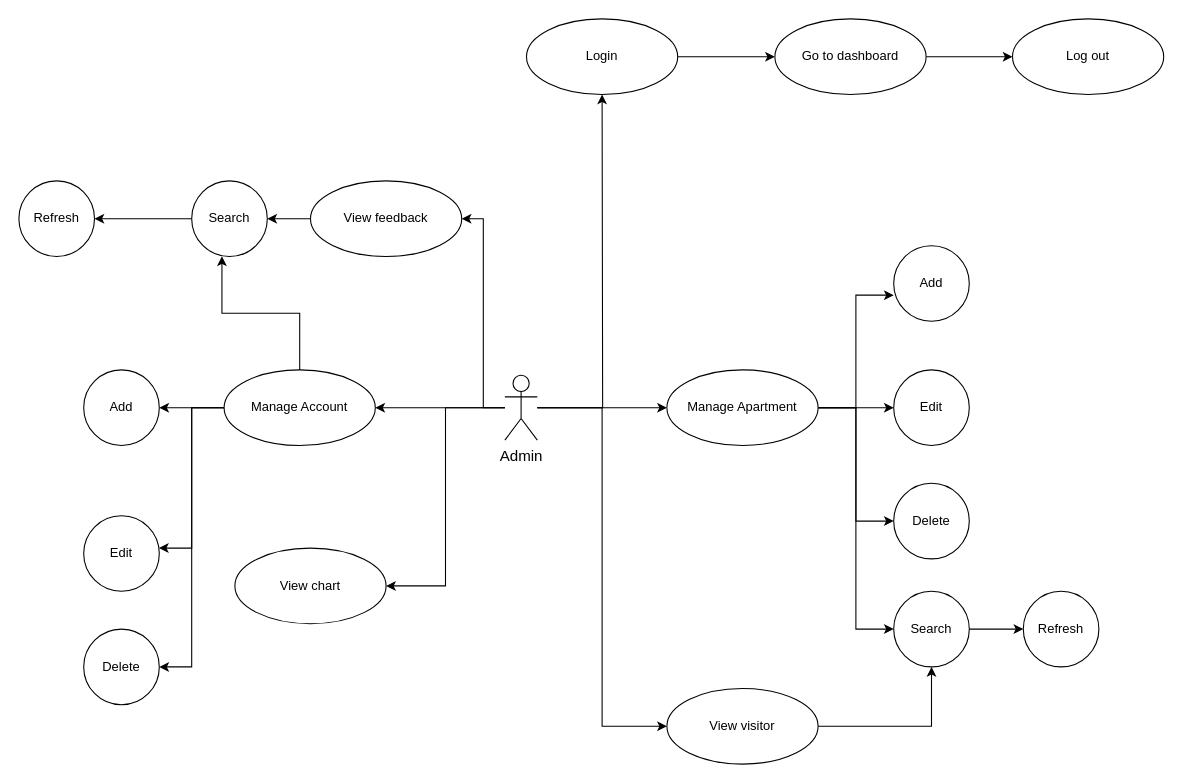
The draw.io diagram page "Page-2" (2 of 3) of diagram/usecase staff.drawio in duongminhthanh/app_system_management_visitor_for_old_aparment, before the edit. Source tidied: cells renumbered, new cells numbered last; positions are measured from the earlier drawing's top-left corner, leaving out a move shared by most shapes. Both pictures are drawn from the tidied source at 108%, with x=0, y=0 at pixel (18, 18).
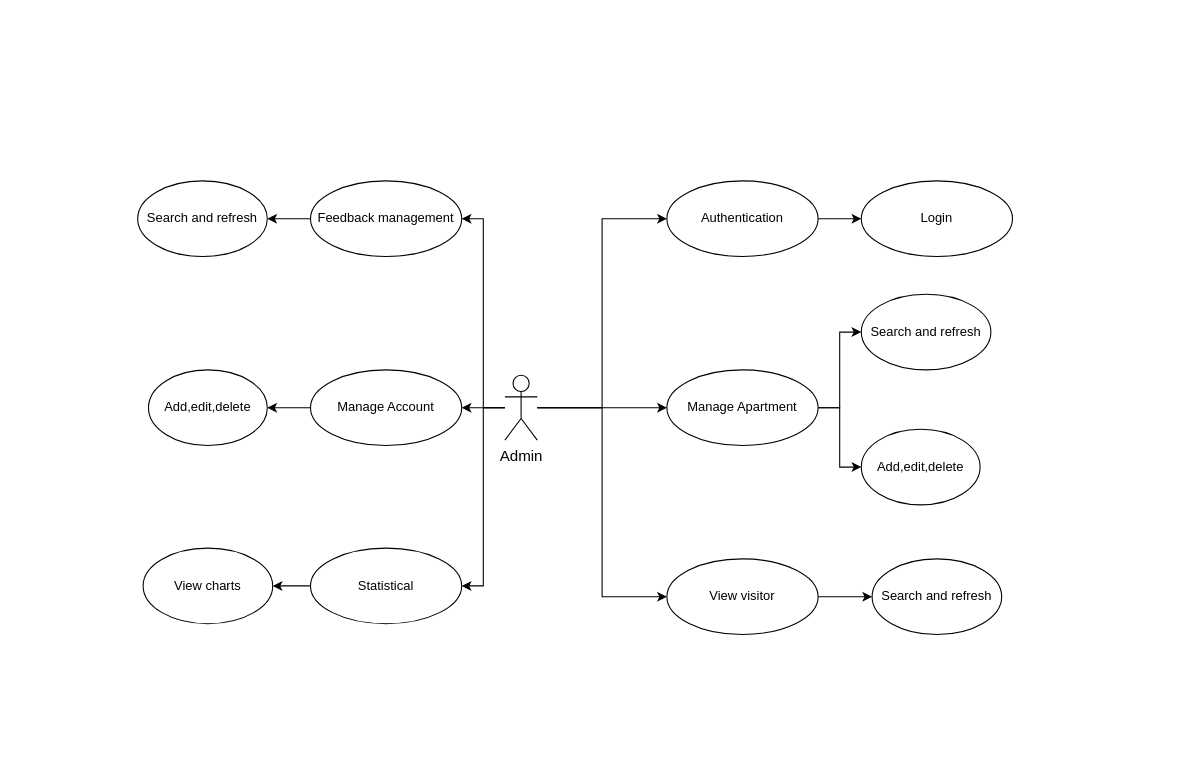
Above is the later version.

The change refers to these unchanged cells:
```xml
<mxCell id="8" value="Admin" style="shape=umlActor;html=1;verticalLabelPosition=bottom;verticalAlign=top;align=center;fontSize=14;" parent="1" vertex="1">
  <mxGeometry x="450" y="330" width="30" height="60" as="geometry" />
</mxCell>
<mxCell id="13" value="Manage Apartment" style="ellipse;whiteSpace=wrap;html=1;" parent="1" vertex="1">
  <mxGeometry x="600" y="325" width="140" height="70" as="geometry" />
</mxCell>
```

What changed in the source:
```diff
@@
-    <mxCell id="4" style="edgeStyle=orthogonalEdgeStyle;rounded=0;jettySize=auto;html=1;" parent="1" edge="1" source="8">
-      <mxGeometry relative="1" as="geometry">
-        <mxPoint x="540" y="70" as="targetPoint" />
-      </mxGeometry>
+    <mxCell id="4" style="edgeStyle=orthogonalEdgeStyle;rounded=0;jettySize=auto;html=1;entryX=0;entryY=0.5;entryDx=0;entryDy=0;" parent="1" edge="1" source="8" target="25">
+      <mxGeometry relative="1" as="geometry" />
     </mxCell>
@@
-    <mxCell id="9" style="edgeStyle=orthogonalEdgeStyle;rounded=0;jettySize=auto;html=1;entryX=0;entryY=0.654;entryDx=0;entryDy=0;entryPerimeter=0;" parent="1" edge="1" source="13" target="14">
-      <mxGeometry relative="1" as="geometry" />
-    </mxCell>
-    <mxCell id="10" style="edgeStyle=orthogonalEdgeStyle;rounded=0;jettySize=auto;html=1;" parent="1" edge="1" source="13" target="15">
-      <mxGeometry relative="1" as="geometry" />
-    </mxCell>
-    <mxCell id="11" style="edgeStyle=orthogonalEdgeStyle;rounded=0;jettySize=auto;html=1;entryX=0;entryY=0.5;entryDx=0;entryDy=0;" parent="1" edge="1" source="13" target="16">
-      <mxGeometry relative="1" as="geometry" />
-    </mxCell>
-    <mxCell id="12" style="edgeStyle=orthogonalEdgeStyle;rounded=0;jettySize=auto;html=1;entryX=0;entryY=0.5;entryDx=0;entryDy=0;" parent="1" edge="1" source="13" target="18">
-      <mxGeometry relative="1" as="geometry" />
-    </mxCell>
+    <mxCell id="41" style="edgeStyle=orthogonalEdgeStyle;rounded=0;jettySize=auto;html=1;entryX=0;entryY=0.5;entryDx=0;entryDy=0;" parent="1" edge="1" source="13" target="48">
+      <mxGeometry relative="1" as="geometry" />
+    </mxCell>
+    <mxCell id="42" style="edgeStyle=orthogonalEdgeStyle;rounded=0;jettySize=auto;html=1;entryX=0;entryY=0.5;entryDx=0;entryDy=0;" parent="1" edge="1" source="13" target="47">
+      <mxGeometry relative="1" as="geometry" />
+    </mxCell>
@@
-    <mxCell id="14" value="Add" style="ellipse;whiteSpace=wrap;html=1;" parent="1" vertex="1">
-      <mxGeometry x="810" y="210" width="70" height="70" as="geometry" />
-    </mxCell>
-    <mxCell id="15" value="Edit" style="ellipse;whiteSpace=wrap;html=1;" parent="1" vertex="1">
-      <mxGeometry x="810" y="325" width="70" height="70" as="geometry" />
-    </mxCell>
-    <mxCell id="16" value="Delete" style="ellipse;whiteSpace=wrap;html=1;" parent="1" vertex="1">
-      <mxGeometry x="810" y="430" width="70" height="70" as="geometry" />
-    </mxCell>
-    <mxCell id="17" style="edgeStyle=orthogonalEdgeStyle;rounded=0;jettySize=auto;html=1;" parent="1" edge="1" source="18" target="23">
-      <mxGeometry relative="1" as="geometry" />
-    </mxCell>
-    <mxCell id="18" value="Search" style="ellipse;whiteSpace=wrap;html=1;" parent="1" vertex="1">
-      <mxGeometry x="810" y="530" width="70" height="70" as="geometry" />
-    </mxCell>
@@
-    <mxCell id="20" value="View feedback" style="ellipse;whiteSpace=wrap;html=1;" parent="1" vertex="1">
+    <mxCell id="20" value="Feedback management" style="ellipse;whiteSpace=wrap;html=1;" parent="1" vertex="1">
       <mxGeometry x="270" y="150" width="140" height="70" as="geometry" />
     </mxCell>
-    <mxCell id="21" style="edgeStyle=orthogonalEdgeStyle;rounded=0;jettySize=auto;html=1;entryX=0.5;entryY=1;entryDx=0;entryDy=0;" parent="1" edge="1" source="22" target="18">
-      <mxGeometry relative="1" as="geometry" />
-    </mxCell>
+    <mxCell id="43" style="edgeStyle=orthogonalEdgeStyle;rounded=0;jettySize=auto;html=1;" parent="1" edge="1" source="22" target="49">
+      <mxGeometry relative="1" as="geometry" />
+    </mxCell>
     <mxCell id="22" value="View visitor" style="ellipse;whiteSpace=wrap;html=1;" parent="1" vertex="1">
-      <mxGeometry x="600" y="620" width="140" height="70" as="geometry" />
+      <mxGeometry x="600" y="500" width="140" height="70" as="geometry" />
     </mxCell>
-    <mxCell id="23" value="Refresh" style="ellipse;whiteSpace=wrap;html=1;" parent="1" vertex="1">
-      <mxGeometry x="930" y="530" width="70" height="70" as="geometry" />
-    </mxCell>
-    <mxCell id="24" style="edgeStyle=orthogonalEdgeStyle;rounded=0;jettySize=auto;html=1;" parent="1" edge="1" source="25">
-      <mxGeometry relative="1" as="geometry">
-        <mxPoint x="700" y="35" as="targetPoint" />
-      </mxGeometry>
-    </mxCell>
+    <mxCell id="44" style="edgeStyle=orthogonalEdgeStyle;rounded=0;jettySize=auto;html=1;entryX=0;entryY=0.5;entryDx=0;entryDy=0;" parent="1" edge="1" source="25" target="46">
+      <mxGeometry relative="1" as="geometry" />
+    </mxCell>
-    <mxCell id="25" value="Login" style="ellipse;whiteSpace=wrap;html=1;" parent="1" vertex="1">
-      <mxGeometry x="470" width="140" height="70" as="geometry" />
+    <mxCell id="25" value="Authentication" style="ellipse;whiteSpace=wrap;html=1;" parent="1" vertex="1">
+      <mxGeometry x="600" y="150" width="140" height="70" as="geometry" />
     </mxCell>
-    <mxCell id="26" style="edgeStyle=orthogonalEdgeStyle;rounded=0;jettySize=auto;html=1;" parent="1" edge="1" source="27" target="28">
-      <mxGeometry relative="1" as="geometry" />
-    </mxCell>
-    <mxCell id="27" value="Go to dashboard" style="ellipse;whiteSpace=wrap;html=1;" parent="1" vertex="1">
-      <mxGeometry x="700" width="140" height="70" as="geometry" />
-    </mxCell>
-    <mxCell id="28" value="Log out" style="ellipse;whiteSpace=wrap;html=1;" parent="1" vertex="1">
-      <mxGeometry x="920" width="140" height="70" as="geometry" />
-    </mxCell>
-    <mxCell id="29" style="edgeStyle=orthogonalEdgeStyle;rounded=0;jettySize=auto;html=1;" parent="1" edge="1" source="30" target="31">
-      <mxGeometry relative="1" as="geometry" />
-    </mxCell>
-    <mxCell id="30" value="Search" style="ellipse;whiteSpace=wrap;html=1;" parent="1" vertex="1">
-      <mxGeometry x="160" y="150" width="70" height="70" as="geometry" />
+    <mxCell id="30" value="Search and refresh" style="ellipse;whiteSpace=wrap;html=1;" parent="1" vertex="1">
+      <mxGeometry x="110" y="150" width="120" height="70" as="geometry" />
     </mxCell>
-    <mxCell id="31" value="Refresh" style="ellipse;whiteSpace=wrap;html=1;" parent="1" vertex="1">
-      <mxGeometry y="150" width="70" height="70" as="geometry" />
-    </mxCell>
-    <mxCell id="32" style="edgeStyle=orthogonalEdgeStyle;rounded=0;jettySize=auto;html=1;entryX=0.4;entryY=0.997;entryDx=0;entryDy=0;entryPerimeter=0;" parent="1" edge="1" source="36" target="30">
-      <mxGeometry relative="1" as="geometry" />
-    </mxCell>
@@
-    <mxCell id="34" style="edgeStyle=orthogonalEdgeStyle;rounded=0;jettySize=auto;html=1;" parent="1" edge="1" source="36" target="38">
-      <mxGeometry relative="1" as="geometry">
-        <Array as="points">
-          <mxPoint x="160" y="360" />
-          <mxPoint x="160" y="490" />
-        </Array>
-      </mxGeometry>
-    </mxCell>
-    <mxCell id="35" style="edgeStyle=orthogonalEdgeStyle;rounded=0;jettySize=auto;html=1;entryX=1;entryY=0.5;entryDx=0;entryDy=0;" parent="1" edge="1" source="36" target="39">
-      <mxGeometry relative="1" as="geometry" />
-    </mxCell>
     <mxCell id="36" value="Manage Account" style="ellipse;whiteSpace=wrap;html=1;" parent="1" vertex="1">
-      <mxGeometry x="190" y="325" width="140" height="70" as="geometry" />
+      <mxGeometry x="270" y="325" width="140" height="70" as="geometry" />
     </mxCell>
-    <mxCell id="37" value="Add" style="ellipse;whiteSpace=wrap;html=1;" parent="1" vertex="1">
-      <mxGeometry x="60" y="325" width="70" height="70" as="geometry" />
+    <mxCell id="37" value="Add,edit,delete" style="ellipse;whiteSpace=wrap;html=1;" parent="1" vertex="1">
+      <mxGeometry x="120" y="325" width="110" height="70" as="geometry" />
     </mxCell>
-    <mxCell id="38" value="Edit" style="ellipse;whiteSpace=wrap;html=1;" parent="1" vertex="1">
-      <mxGeometry x="60" y="460" width="70" height="70" as="geometry" />
-    </mxCell>
-    <mxCell id="39" value="Delete" style="ellipse;whiteSpace=wrap;html=1;" parent="1" vertex="1">
-      <mxGeometry x="60" y="565" width="70" height="70" as="geometry" />
-    </mxCell>
+    <mxCell id="45" style="edgeStyle=orthogonalEdgeStyle;rounded=0;jettySize=auto;html=1;entryX=1;entryY=0.5;entryDx=0;entryDy=0;" parent="1" edge="1" source="40" target="50">
+      <mxGeometry relative="1" as="geometry" />
+    </mxCell>
-    <mxCell id="40" value="View chart" style="ellipse;whiteSpace=wrap;html=1;" parent="1" vertex="1">
-      <mxGeometry x="200" y="490" width="140" height="70" as="geometry" />
+    <mxCell id="40" value="Statistical" style="ellipse;whiteSpace=wrap;html=1;" parent="1" vertex="1">
+      <mxGeometry x="270" y="490" width="140" height="70" as="geometry" />
     </mxCell>
+    <mxCell id="46" value="Login" style="ellipse;whiteSpace=wrap;html=1;" parent="1" vertex="1">
+      <mxGeometry x="780" y="150" width="140" height="70" as="geometry" />
+    </mxCell>
+    <mxCell id="47" value="Add,edit,delete" style="ellipse;whiteSpace=wrap;html=1;" parent="1" vertex="1">
+      <mxGeometry x="780" y="380" width="110" height="70" as="geometry" />
+    </mxCell>
+    <mxCell id="48" value="Search and refresh" style="ellipse;whiteSpace=wrap;html=1;" parent="1" vertex="1">
+      <mxGeometry x="780" y="255" width="120" height="70" as="geometry" />
+    </mxCell>
+    <mxCell id="49" value="Search and refresh" style="ellipse;whiteSpace=wrap;html=1;" parent="1" vertex="1">
+      <mxGeometry x="790" y="500" width="120" height="70" as="geometry" />
+    </mxCell>
+    <mxCell id="50" value="View charts" style="ellipse;whiteSpace=wrap;html=1;" parent="1" vertex="1">
+      <mxGeometry x="115" y="490" width="120" height="70" as="geometry" />
+    </mxCell>
```
